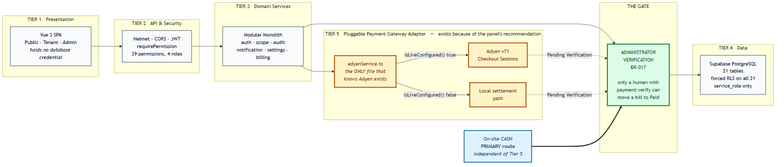
Above: docs/diagrams/rendered/hivelet_architecture_defense.png in SeanJerve/hivelet (Mermaid), before the change. Its source is kept beside it as docs/diagrams/hivelet_architecture_defense.mmd.
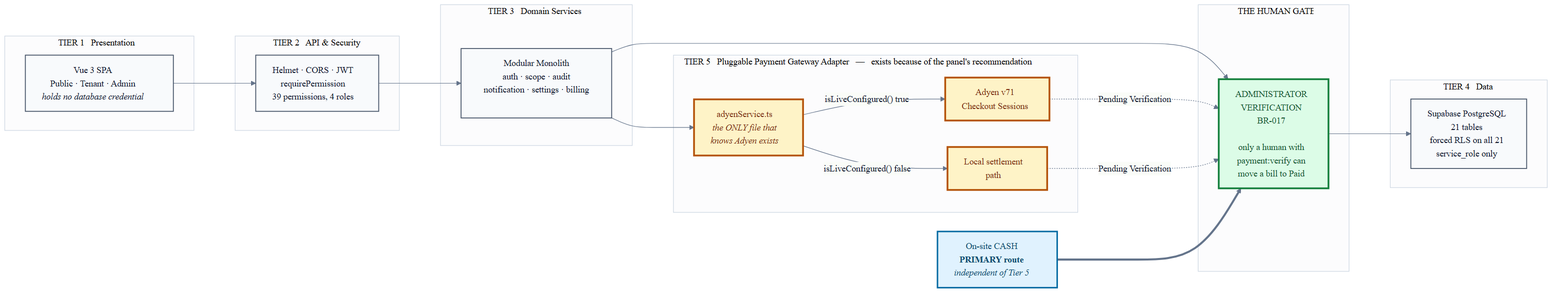
The same diagram one commit later.

Commit message:
docs(diagrams): paste-ready Mermaid source, themed; explain the DFD change

Change to the diagram source:
```diff
@@ -1,3 +1,4 @@
+%%{init: {'theme':'base','themeVariables':{'fontFamily':'Inter, Segoe UI, Helvetica, sans-serif','fontSize':'15px','primaryColor':'#f8fafc','primaryTextColor':'#0f172a','primaryBorderColor':'#94a3b8','lineColor':'#64748b','tertiaryColor':'#ffffff','clusterBkg':'#fcfcfd','clusterBorder':'#cbd5e1'}, 'flowchart': {'curve':'basis','nodeSpacing':45,'rankSpacing':70,'padding':14}}}%%
 graph LR
 
     subgraph T1 ["TIER 1 &nbsp; Presentation"]
@@ -12,7 +13,7 @@
         SRV["Modular Monolith<br/>auth &middot; scope &middot; audit<br/>notification &middot; settings &middot; billing"]
     end
 
-    subgraph TG ["THE GATE"]
+    subgraph TG ["&nbsp; THE HUMAN GATE &nbsp;"]
         GATE["ADMINISTRATOR<br/>VERIFICATION<br/>BR-017<br/><br/>only a human with<br/>payment:verify can<br/>move a bill to Paid"]
     end
 
```
